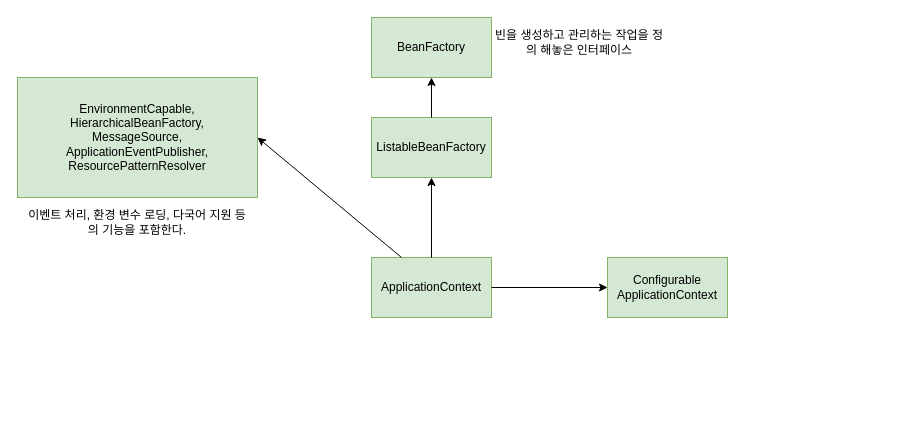
This is ApplcationContextDiagram.drawio from kkm06100/diagrams, a draw.io file, before an edit. Source tidied: cells renumbered, new cells numbered last; positions are measured from the earlier drawing's top-left corner, leaving out a move shared by most shapes. Both pictures are drawn from the tidied source at 100%, with x=0, y=0 at pixel (17, 17).
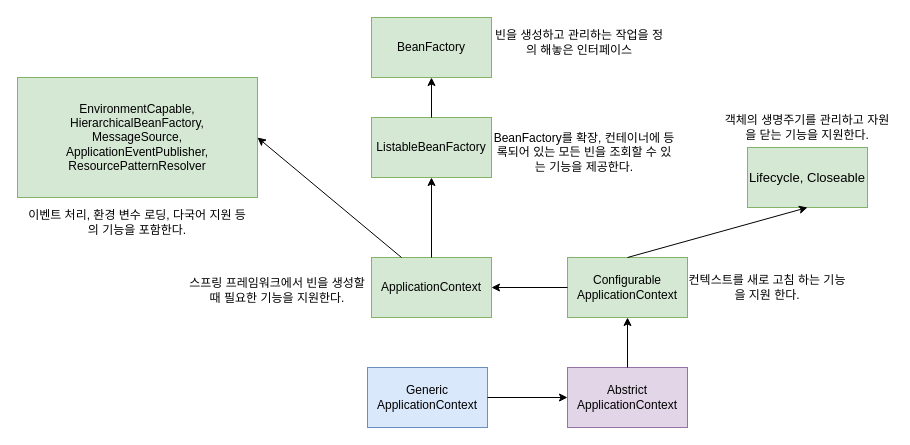
After the change.

Unchanged cells that the change refers to:
```xml
<mxCell id="2" value="ApplicationContext" style="rounded=0;whiteSpace=wrap;html=1;fillColor=#d5e8d4;strokeColor=#82b366;" parent="1" vertex="1">
  <mxGeometry x="354" y="240" width="120" height="60" as="geometry" />
</mxCell>
```

The edit, as a diff of the source:
```diff
@@
     <mxCell id="10" value="Configurable&lt;br&gt;ApplicationContext" style="rounded=0;whiteSpace=wrap;html=1;fillColor=#d5e8d4;strokeColor=#82b366;" parent="1" vertex="1">
-      <mxGeometry x="590" y="240" width="120" height="60" as="geometry" />
+      <mxGeometry x="550" y="240" width="120" height="60" as="geometry" />
     </mxCell>
-    <mxCell id="11" style="endArrow=classic;html=1;rounded=0;exitX=1;exitY=0.5;exitDx=0;exitDy=0;" parent="1" edge="1" source="2" target="10">
+    <mxCell id="11" style="endArrow=classic;html=1;rounded=0;exitX=0;exitY=0.5;exitDx=0;exitDy=0;entryX=1;entryY=0.5;entryDx=0;entryDy=0;" parent="1" edge="1" source="10" target="2">
       <mxGeometry relative="1" as="geometry" />
     </mxCell>
@@
+    <mxCell id="13" value="BeanFactory를 확장, 컨테이너에 등록되어 있는 모든 빈을 조회할 수 있는 기능을 제공한다." style="text;html=1;align=center;verticalAlign=middle;whiteSpace=wrap;rounded=0;" parent="1" vertex="1">
+      <mxGeometry x="474" y="110" width="186" height="50" as="geometry" />
+    </mxCell>
+    <mxCell id="14" value="스프링 프레임워크에서 빈을 생성할 때 필요한 기능을 지원한다." style="text;html=1;align=center;verticalAlign=middle;whiteSpace=wrap;rounded=0;" parent="1" vertex="1">
+      <mxGeometry x="170" y="245" width="180" height="55" as="geometry" />
+    </mxCell>
+    <mxCell id="15" value="컨텍스트를 새로 고침 하는 기능을 지원 한다." style="text;html=1;align=center;verticalAlign=middle;whiteSpace=wrap;rounded=0;" parent="1" vertex="1">
+      <mxGeometry x="670" y="255" width="160" height="30" as="geometry" />
+    </mxCell>
+    <mxCell id="16" value="&lt;div&gt;&lt;p style=&quot;font-size: 9.8pt;&quot;&gt;&lt;font face=&quot;Helvetica&quot; style=&quot;color: rgb(0, 0, 0);&quot;&gt;Lifecycle, Closeable&lt;/font&gt;&lt;/p&gt;&lt;/div&gt;" style="rounded=0;whiteSpace=wrap;html=1;fillColor=#d5e8d4;strokeColor=#82b366;" parent="1" vertex="1">
+      <mxGeometry x="730" y="130" width="120" height="60" as="geometry" />
+    </mxCell>
+    <mxCell id="17" style="endArrow=classic;html=1;rounded=0;exitX=0.5;exitY=0;exitDx=0;exitDy=0;entryX=0.5;entryY=1;entryDx=0;entryDy=0;" parent="1" edge="1" source="10" target="16">
+      <mxGeometry relative="1" as="geometry" />
+    </mxCell>
+    <mxCell id="18" value="객체의 생명주기를 관리하고 자원을 닫는 기능을 지원한다." style="text;html=1;align=center;verticalAlign=middle;whiteSpace=wrap;rounded=0;" parent="1" vertex="1">
+      <mxGeometry x="705" y="90" width="170" height="40" as="geometry" />
+    </mxCell>
+    <mxCell id="19" value="Abstrict&lt;div&gt;ApplicationContext&lt;/div&gt;" style="rounded=0;whiteSpace=wrap;html=1;fillColor=#e1d5e7;strokeColor=#9673a6;" parent="1" vertex="1">
+      <mxGeometry x="550" y="350" width="120" height="60" as="geometry" />
+    </mxCell>
+    <mxCell id="20" value="Generic&lt;div&gt;&lt;span style=&quot;background-color: transparent; color: light-dark(rgb(0, 0, 0), rgb(255, 255, 255));&quot;&gt;ApplicationContext&lt;/span&gt;&lt;/div&gt;" style="rounded=0;whiteSpace=wrap;html=1;fillColor=#dae8fc;strokeColor=#6c8ebf;" parent="1" vertex="1">
+      <mxGeometry x="350" y="350" width="120" height="60" as="geometry" />
+    </mxCell>
+    <mxCell id="21" style="endArrow=classic;html=1;rounded=0;" parent="1" edge="1" source="19" target="10">
+      <mxGeometry relative="1" as="geometry" />
+    </mxCell>
+    <mxCell id="22" style="endArrow=classic;html=1;rounded=0;entryX=0;entryY=0.5;entryDx=0;entryDy=0;exitX=1;exitY=0.5;exitDx=0;exitDy=0;" parent="1" edge="1" source="20" target="19">
+      <mxGeometry relative="1" as="geometry" />
+    </mxCell>
```
